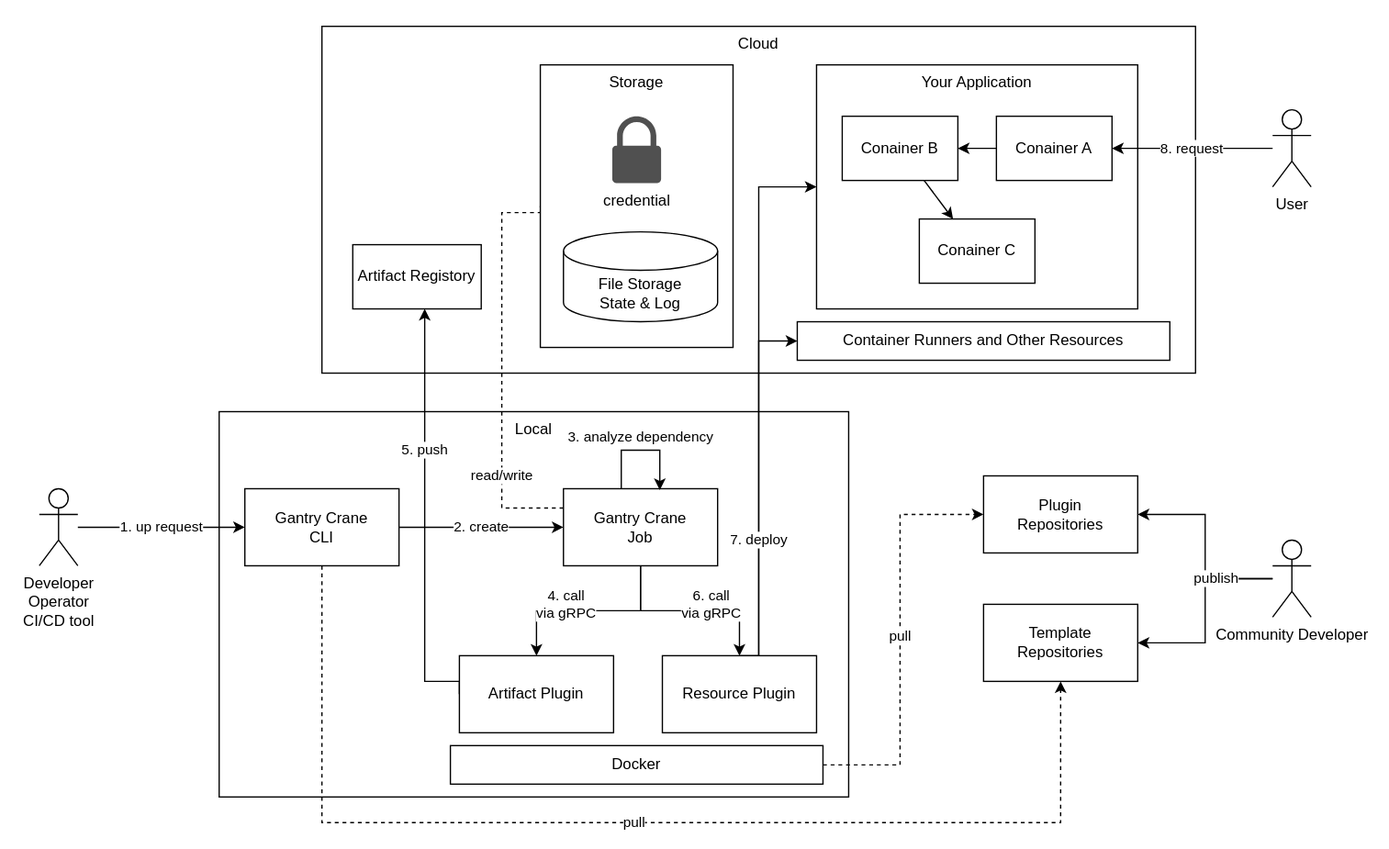
Before: doc/images/architecture.drawio.svg, a diagram exported from draw.io (SIOS-Technology-Inc/dacrane). Source tidied: cells renumbered, new cells last; positions are measured from the earlier drawing's top-left corner, leaving out a move shared by most shapes.
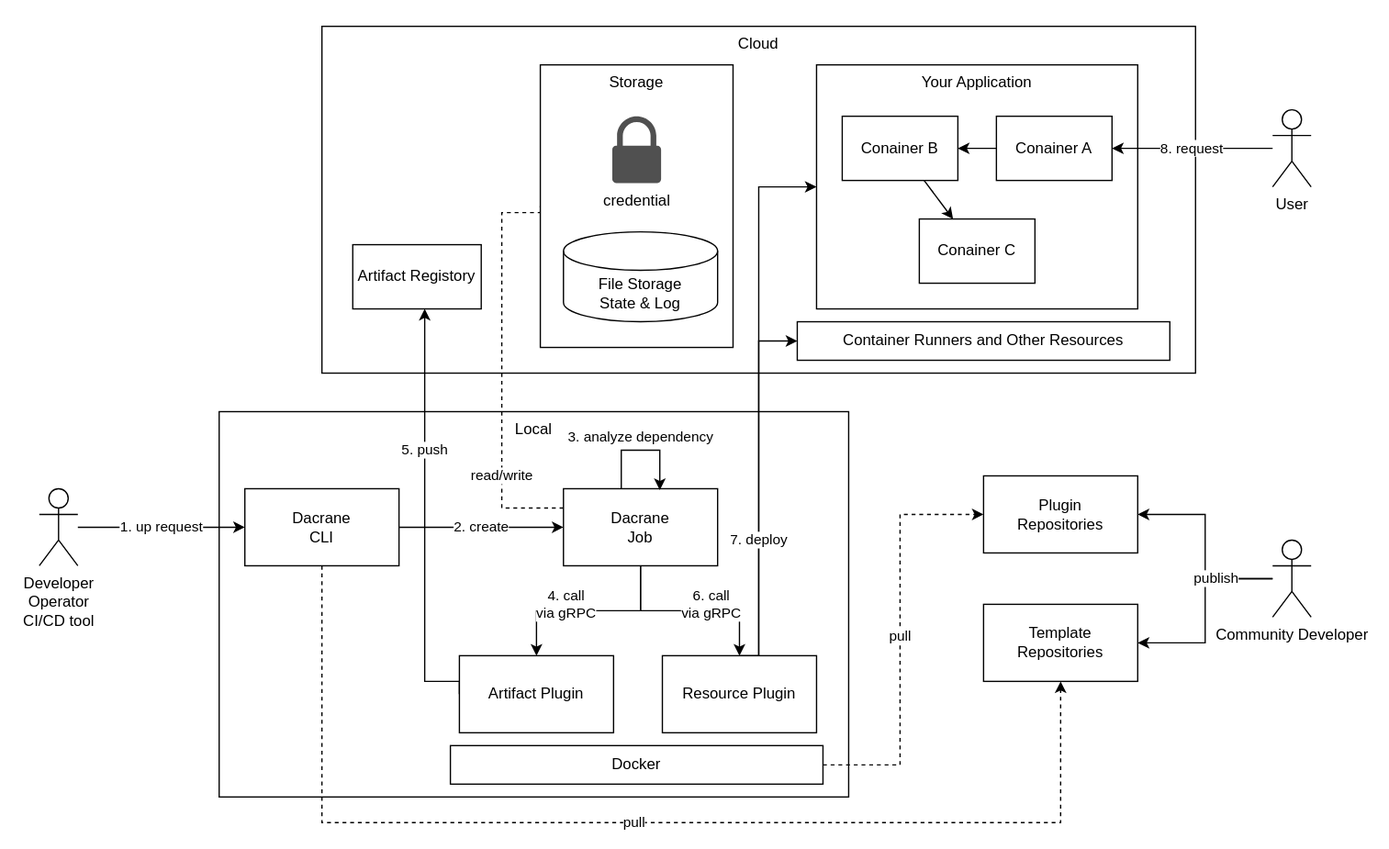
Later version of the same file.

Commit message:
rename Gantry Crane to Dacrane

What changed in the source:
```diff
@@ -42,7 +42,7 @@
         </Array>
       </mxGeometry>
     </mxCell>
-    <mxCell id="12" value="Gantry Crane&lt;br&gt;CLI" style="rounded=0;whiteSpace=wrap;html=1;" parent="1" vertex="1">
+    <mxCell id="12" value="Dacrane&lt;br&gt;CLI" style="rounded=0;whiteSpace=wrap;html=1;" parent="1" vertex="1">
       <mxGeometry x="190" y="380" width="120" height="60" as="geometry" />
     </mxCell>
     <mxCell id="13" value="Community Developer" style="shape=umlActor;verticalLabelPosition=bottom;verticalAlign=top;html=1;outlineConnect=0;" parent="1" vertex="1">
@@ -72,7 +72,7 @@
         </Array>
       </mxGeometry>
     </mxCell>
-    <mxCell id="20" value="Gantry Crane&lt;br&gt;Job" style="rounded=0;whiteSpace=wrap;html=1;" parent="1" vertex="1">
+    <mxCell id="20" value="Dacrane&lt;br&gt;Job" style="rounded=0;whiteSpace=wrap;html=1;" parent="1" vertex="1">
       <mxGeometry x="438" y="380" width="120" height="60" as="geometry" />
     </mxCell>
     <mxCell id="21" style="group;" parent="1" vertex="1">
```
